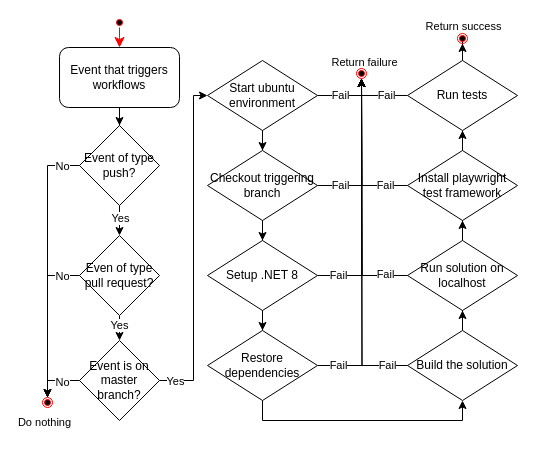
Earlier version of the draw.io diagram docs/diagrams/Build-and-test.drawio (ITU-BDSA2024-GROUP5/Chirp). Source tidied: cells renumbered, new cells numbered last; positions are measured from the earlier drawing's top-left corner, leaving out a move shared by most shapes. Both pictures are drawn from the tidied source at 100%, with x=0, y=0 at pixel (42, 17).
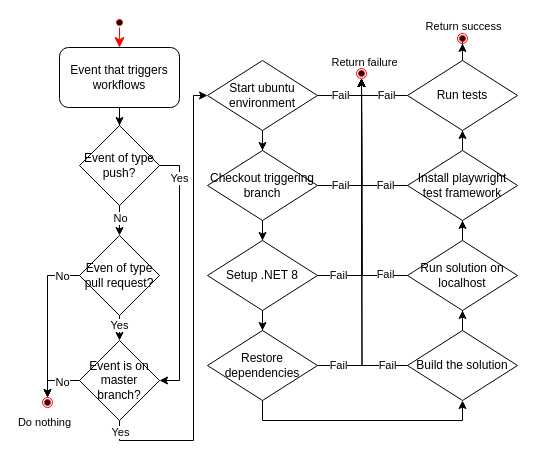
The same page after the edit.

Commit message (it also covers changes not shown here):
minor tweaks to report and build/test workflow diagram

The change refers to these unchanged cells:
```xml
<mxCell id="2" style="ellipse;html=1;shape=endState;fillColor=#000000;strokeColor=#ff0000;" parent="1" vertex="1">
  <mxGeometry y="380" width="10" height="10" as="geometry" />
</mxCell>
<mxCell id="5" style="edgeStyle=orthogonalEdgeStyle;rounded=0;jettySize=auto;html=1;entryX=0.5;entryY=0;entryDx=0;entryDy=0;" parent="1" edge="1" source="9" target="14">
  <mxGeometry relative="1" as="geometry" />
</mxCell>
<mxCell id="9" value="Event of type push?" style="rhombus;whiteSpace=wrap;html=1;" parent="1" vertex="1">
  <mxGeometry x="37" y="108" width="80" height="80" as="geometry" />
</mxCell>
<mxCell id="18" value="Start ubuntu environment" style="rhombus;whiteSpace=wrap;html=1;" parent="1" vertex="1">
  <mxGeometry x="165" y="43" width="110" height="70" as="geometry" />
</mxCell>
<mxCell id="58" value="Event is on master branch?" style="rhombus;whiteSpace=wrap;html=1;" parent="1" vertex="1">
  <mxGeometry x="37" y="323" width="80" height="80" as="geometry" />
</mxCell>
```

What changed in the source:
```diff
@@
-    <mxCell id="6" value="Yes" style="edgeLabel;html=1;align=center;verticalAlign=middle;" parent="5" vertex="1">
+    <mxCell id="6" value="No" style="edgeLabel;html=1;align=center;verticalAlign=middle;" parent="5" vertex="1">
       <mxGeometry x="0.48" y="-1" relative="1" as="geometry">
         <mxPoint x="1" y="-5" as="offset" />
       </mxGeometry>
     </mxCell>
-    <mxCell id="7" style="edgeStyle=orthogonalEdgeStyle;rounded=0;jettySize=auto;html=1;exitX=0;exitY=0.5;exitDx=0;exitDy=0;entryX=0.5;entryY=0;entryDx=0;entryDy=0;" parent="1" edge="1" source="9" target="2">
-      <mxGeometry relative="1" as="geometry" />
-    </mxCell>
-    <mxCell id="8" value="No" style="edgeLabel;html=1;align=center;verticalAlign=middle;" parent="7" vertex="1">
-      <mxGeometry x="-0.84" y="-1" relative="1" as="geometry">
-        <mxPoint x="3" y="1" as="offset" />
-      </mxGeometry>
-    </mxCell>
+    <mxCell id="59" style="edgeStyle=orthogonalEdgeStyle;rounded=0;jettySize=auto;html=1;exitX=1;exitY=0.5;exitDx=0;exitDy=0;entryX=1;entryY=0.5;entryDx=0;entryDy=0;" parent="1" edge="1" source="9" target="58">
+      <mxGeometry relative="1" as="geometry" />
+    </mxCell>
+    <mxCell id="60" value="Yes" style="edgeLabel;html=1;align=center;verticalAlign=middle;" parent="59" vertex="1">
+      <mxGeometry x="-0.91" y="1" relative="1" as="geometry">
+        <mxPoint x="8" y="13" as="offset" />
+      </mxGeometry>
+    </mxCell>
@@
-    <mxCell id="56" style="edgeStyle=orthogonalEdgeStyle;rounded=0;jettySize=auto;html=1;exitX=1;exitY=0.5;exitDx=0;exitDy=0;entryX=0;entryY=0.5;entryDx=0;entryDy=0;" parent="1" edge="1" source="58" target="18">
+    <mxCell id="56" style="edgeStyle=orthogonalEdgeStyle;rounded=0;jettySize=auto;html=1;exitX=0.5;exitY=1;exitDx=0;exitDy=0;entryX=0;entryY=0.5;entryDx=0;entryDy=0;" parent="1" edge="1" source="58" target="18">
       <mxGeometry relative="1" as="geometry">
         <Array as="points">
-          <mxPoint x="151" y="363" />
+          <mxPoint x="77" y="423" />
+          <mxPoint x="151" y="423" />
           <mxPoint x="151" y="78" />
         </Array>
       </mxGeometry>
     </mxCell>
-    <mxCell id="57" value="Yes" style="edgeLabel;html=1;align=center;verticalAlign=middle;" parent="56" vertex="1">
-      <mxGeometry x="-0.91" y="-2" relative="1" as="geometry">
-        <mxPoint y="-2" as="offset" />
-      </mxGeometry>
-    </mxCell>
+    <mxCell id="61" value="Yes" style="edgeLabel;html=1;align=center;verticalAlign=middle;" parent="56" vertex="1">
+      <mxGeometry x="-0.94" y="1" relative="1" as="geometry">
+        <mxPoint x="-1" y="-3" as="offset" />
+      </mxGeometry>
+    </mxCell>
```
